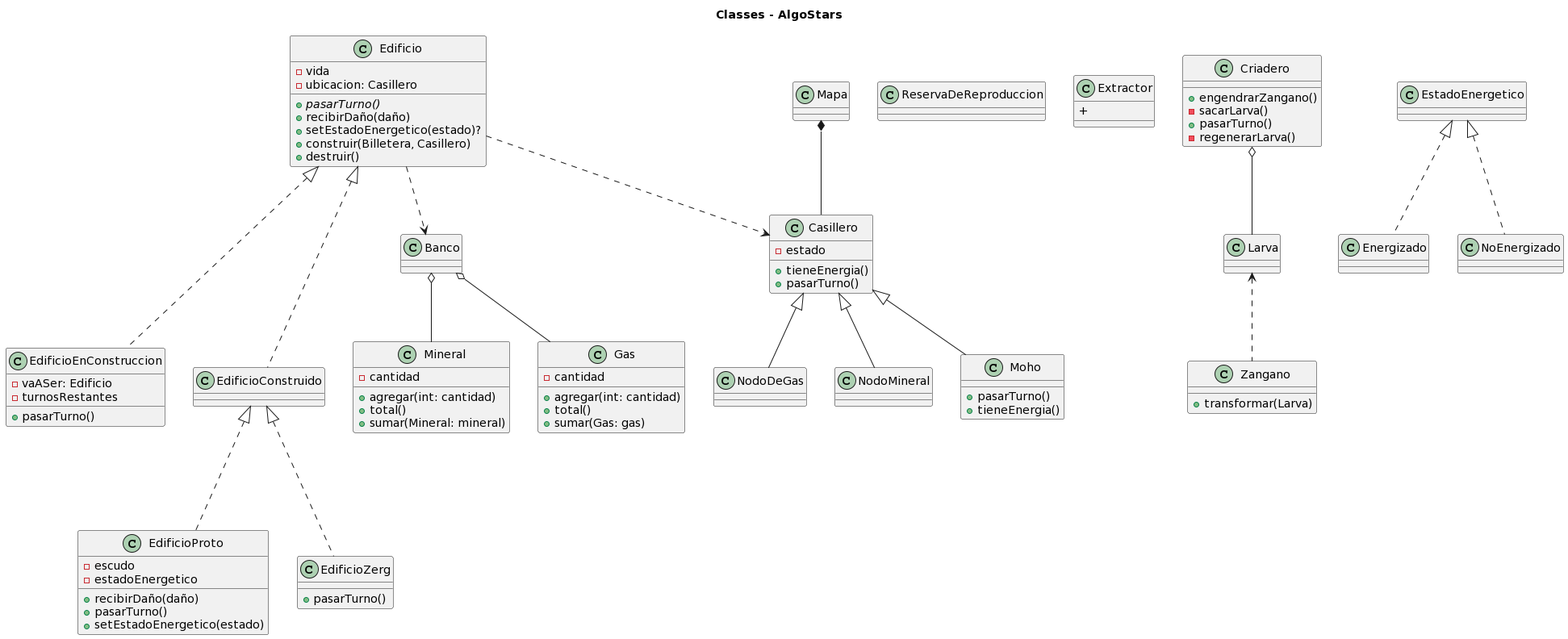
The PlantUML diagram diagrams/classes/clasesTentativas.png in m-cabrerar/AlgoStar, before a commit.
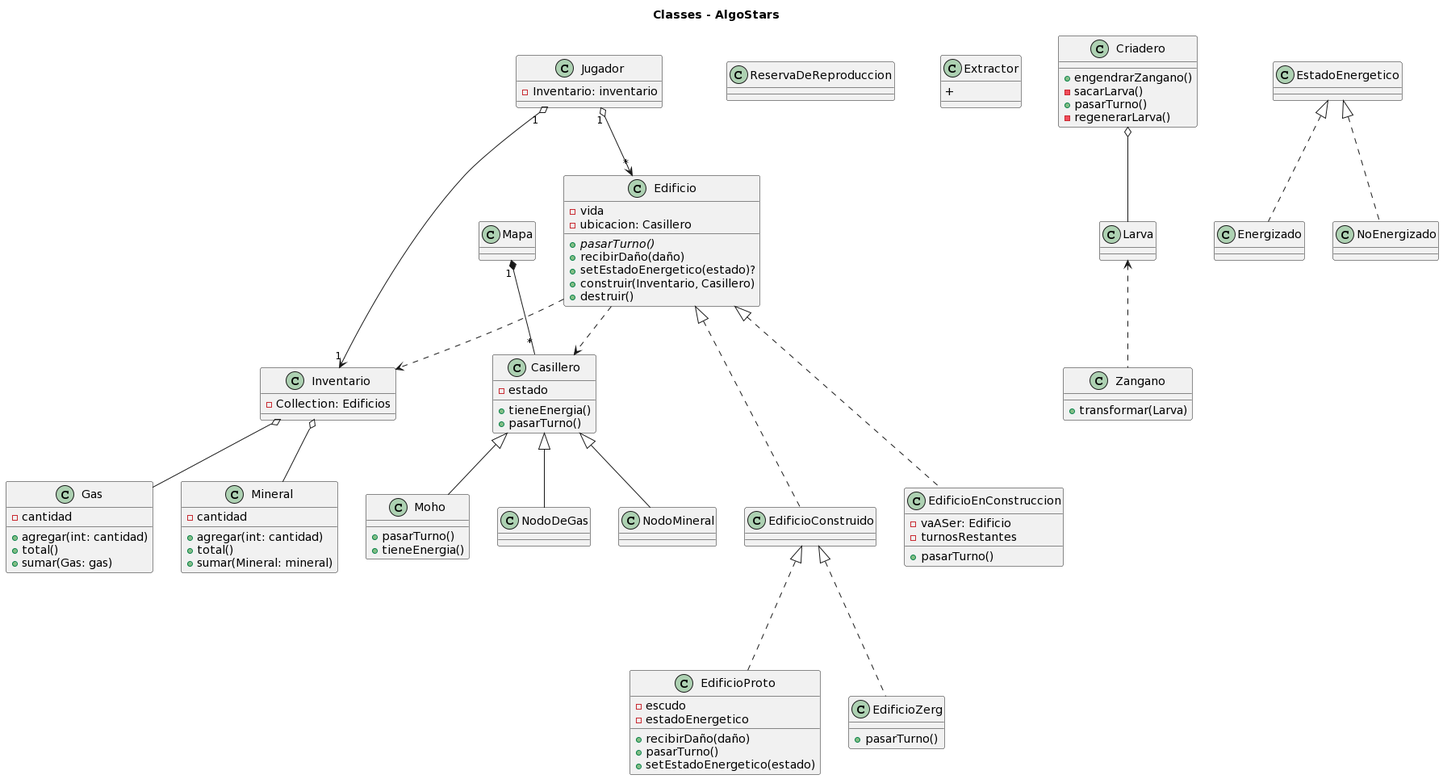
After the change.

Commit message:
Cambios en el diagrama de clases tentativo

Diff of the diagram source:
```diff
@@ -1,5 +1,9 @@
 @startuml
 title Classes - AlgoStars
+
+class Jugador {
+ - Inventario: inventario
+}
 
 class Edificio {
     -vida
@@ -7,7 +11,7 @@
     {abstract}+ pasarTurno()
     + recibirDaño(daño)
     + setEstadoEnergetico(estado)?
-    + construir(Billetera, Casillero)
+    + construir(Inventario, Casillero)
     + destruir()
 }
 
@@ -57,7 +61,8 @@
     + tieneEnergia()
 }
 
-class Banco {
+class Inventario {
+ - Collection: Edificios
 }
 
 
@@ -84,12 +89,12 @@
 Casillero <|-- Moho
 Casillero <|-- NodoMineral
 
-Banco o-- Gas
-Banco o-- Mineral
+Inventario o-- Gas
+Inventario o-- Mineral
 
-Mapa *-- Casillero
+Mapa "1" *-- "*" Casillero
 
-Edificio ..> Banco
+Edificio ..> Inventario
 Edificio ..> Casillero
 
 
@@ -100,4 +105,7 @@
 
 EstadoEnergetico <|.. Energizado
 EstadoEnergetico <|.. NoEnergizado
+
+Jugador "1" o--> "1" Inventario
+Jugador "1" o--> "*" Edificio
 @enduml
```
